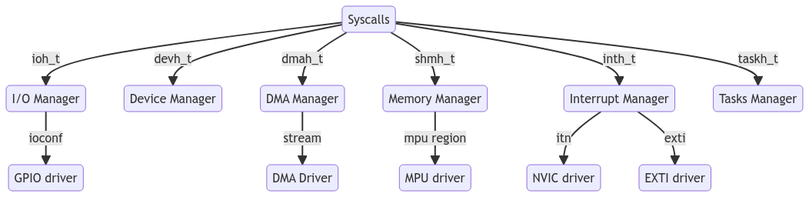
This is doc/concepts/_static/figures/managers.png from outpost-os/sentry-kernel, a Mermaid export, as it was before one commit. Its source is kept beside it as doc/concepts/_static/figures/managers.mermaid.
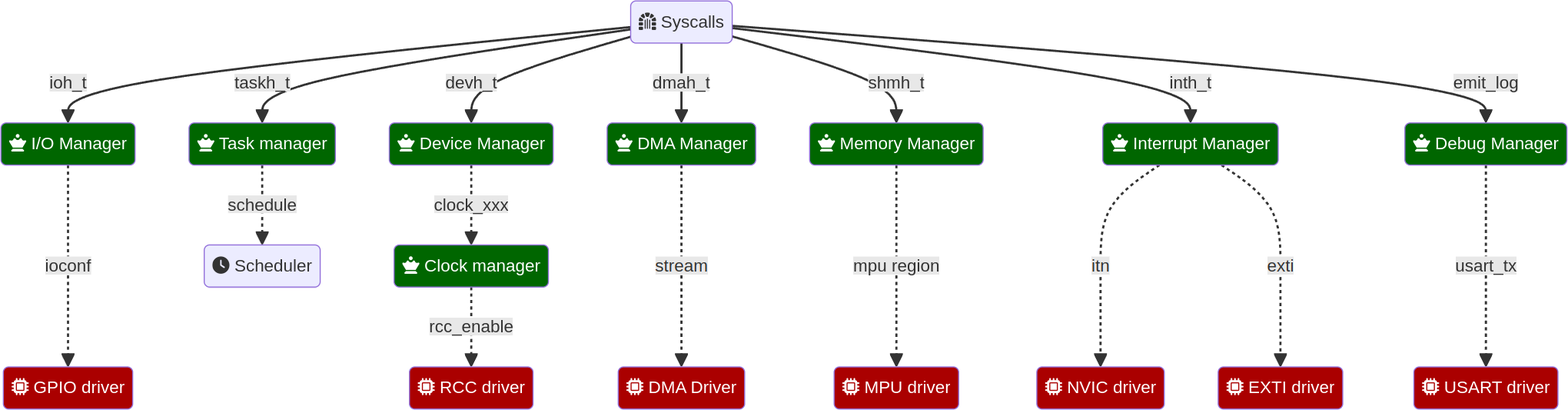
After the change.

Commit message:
fixing managers figure

Change to the diagram source:
```diff
@@ -1,13 +1,21 @@
 flowchart TD
-    A(Syscalls) -->|ioh_t| B(I/O Manager)
-    A -->|devh_t| C(Device Manager)
-    A -->|dmah_t| D(DMA Manager)
-    A -->|shmh_t| E(Memory Manager)
-    A -->|inth_t| F(Interrupt Manager)
-    A -->|taskh_t| G(Tasks Manager)
+    A(fa:fa-dungeon Syscalls) -->|ioh_t| B(fa:fa-chess-queen I/O Manager):::manager
+    A -->|devh_t| C(fa:fa-chess-queen Device Manager):::manager
+    A -->|dmah_t| D(fa:fa-chess-queen DMA Manager):::manager
+    A -->|shmh_t| E(fa:fa-chess-queen Memory Manager):::manager
+    A -->|inth_t| F(fa:fa-chess-queen Interrupt Manager):::manager
+    A -->|emit_log| G(fa:fa-chess-queen Debug Manager):::manager
+    C .->|clock_xxx| H(fa:fa-chess-queen Clock manager):::manager
+    A -->|taskh_t| I(fa:fa-chess-queen Task manager):::manager
 
-    F -->|itn| H(NVIC driver)
-    F -->|exti| I(EXTI driver)
-    E -->|mpu region| J(MPU driver)
-    D -->|stream| K(DMA Driver)
-    B -->|ioconf| L(GPIO driver)
+    F -..->|itn| M(fa:fa-microchip NVIC driver):::bsp
+    F -..->|exti| N(fa:fa-microchip EXTI driver):::bsp
+    E -..->|mpu region| O(fa:fa-microchip MPU driver):::bsp
+    D -..->|stream| P(fa:fa-microchip DMA Driver):::bsp
+    B -..->|ioconf| Q(fa:fa-microchip GPIO driver):::bsp
+    G -..->|usart_tx| R(fa:fa-microchip USART driver):::bsp
+    H -.->|rcc_enable| S(fa:fa-microchip RCC driver):::bsp
+    I .->|schedule| T(fa:fa-clock Scheduler)
+
+    classDef bsp fill:#a00,color:#fff
+    classDef manager fill:#060,color:#fff
```
